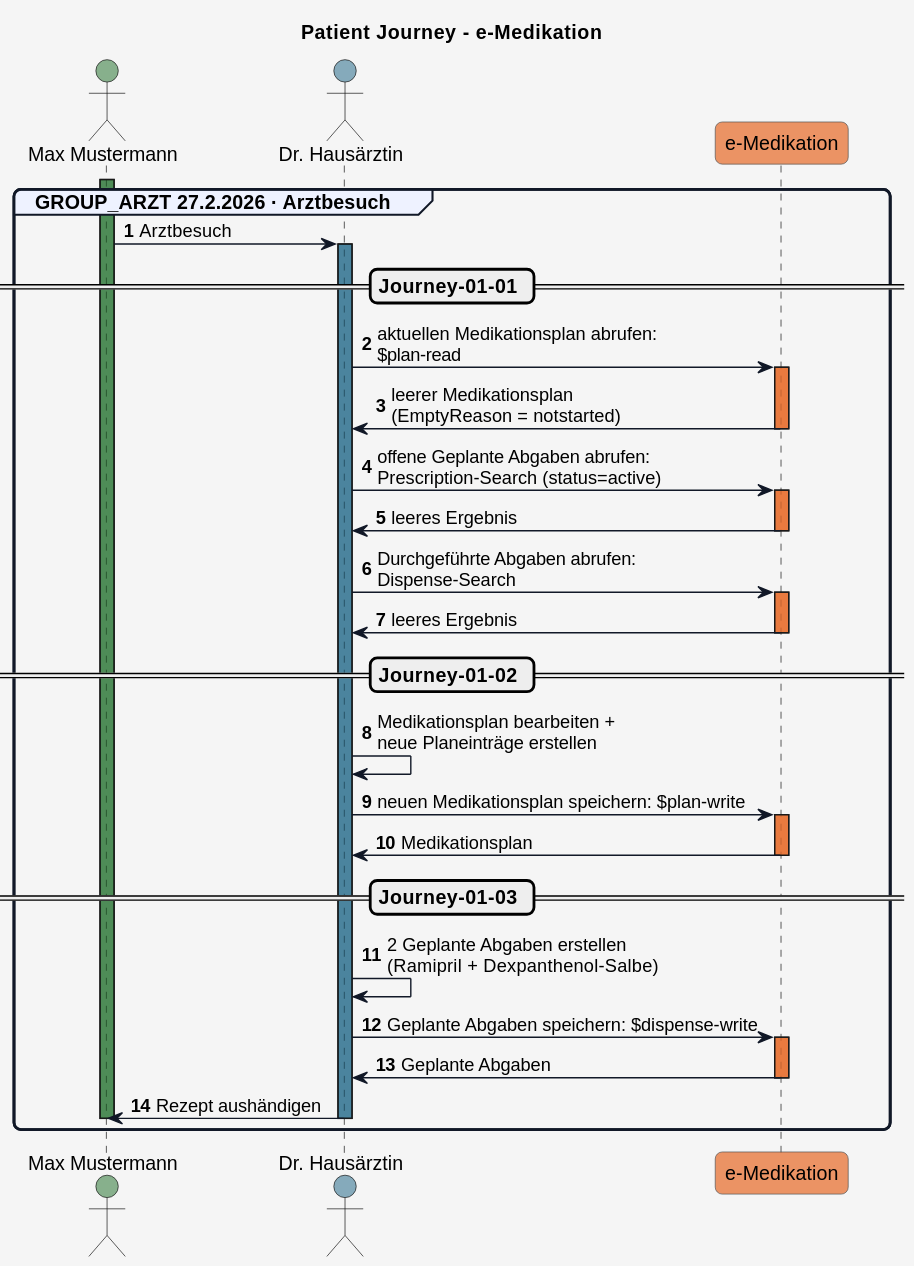
Before: r4-ELGA-e-Medikation-main/plantuml/patient_journey_01.svg, a diagram exported from PlantUML (HL7Austria/hl7austria.github.io).
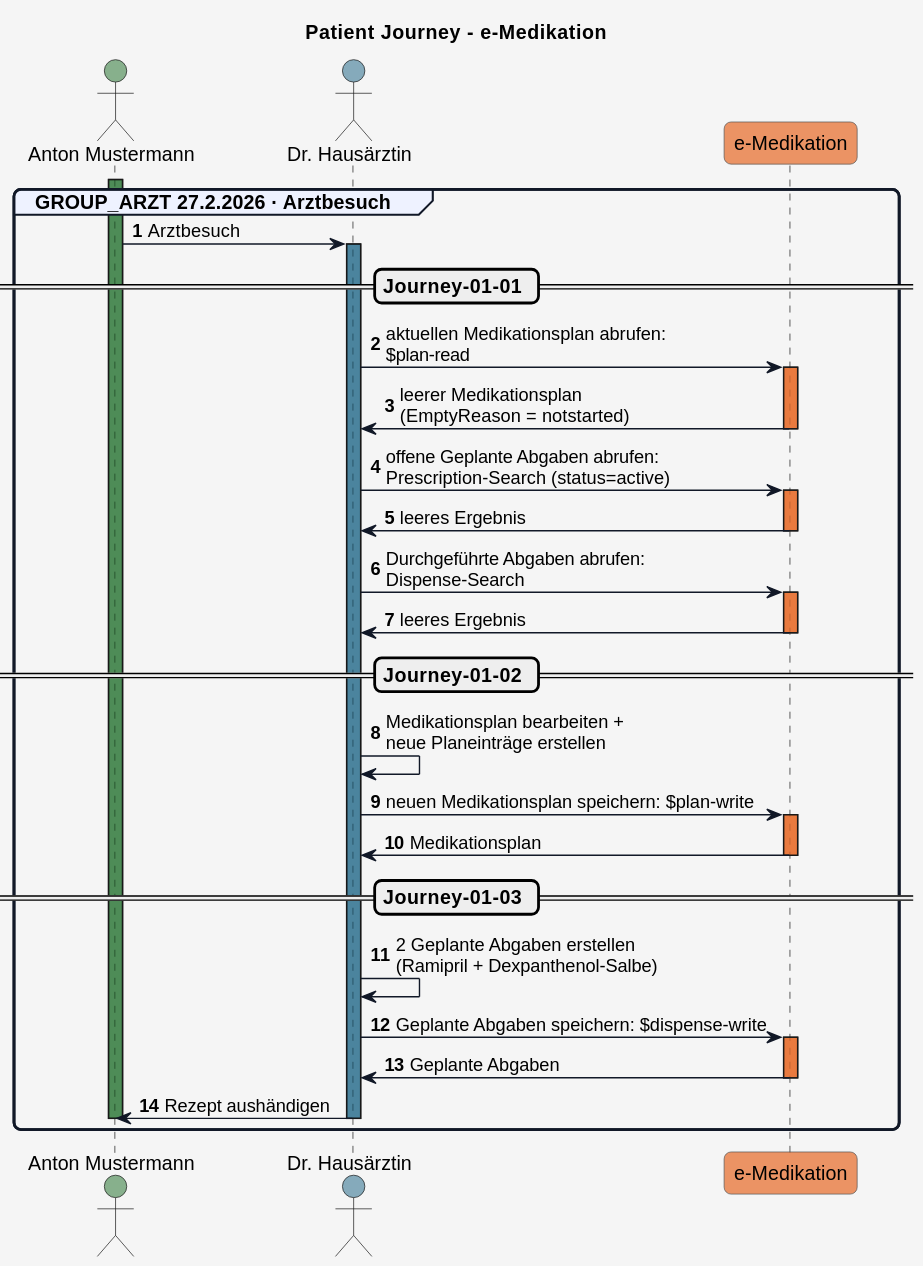
The same diagram one commit later.

Change to the diagram source:
```diff
@@ -50,8 +50,8 @@
 !define COLOR_ERROR    #E9713235
 
 
-actor Patient as "Max Mustermann" COLOR_PATIENT
-actor Arzt_1 as "Dr. Hausärztin" COLOR_GDA_1
+actor Patient as "Anton Mustermann" COLOR_PATIENT
+actor Arzt_2 as "Dr. Hausärztin" COLOR_GDA_1
 participant eMed_FA as "e-Medikation" COLOR_EMED_FA
 
 
@@ -61,41 +61,41 @@
 group GROUP_ARZT 27.2.2026 · Arztbesuch
 
   activate Patient COLOR_PATIENT
-  Patient -> Arzt_1: Arztbesuch
-  activate Arzt_1 COLOR_GDA_1
+  Patient -> Arzt_2: Arztbesuch
+  activate Arzt_2 COLOR_GDA_1
 
   == Journey-01-01 ==
 
-  Arzt_1 -> eMed_FA: aktuellen Medikationsplan abrufen:\n$plan-read
+  Arzt_2 -> eMed_FA: aktuellen Medikationsplan abrufen:\n$plan-read
   activate eMed_FA COLOR_EMED_FA
-  eMed_FA -> Arzt_1: leerer Medikationsplan\n(EmptyReason = notstarted)
+  eMed_FA -> Arzt_2: leerer Medikationsplan\n(EmptyReason = notstarted)
   deactivate eMed_FA
-  Arzt_1 -> eMed_FA: offene Geplante Abgaben abrufen:\nPrescription-Search (status=active)
+  Arzt_2 -> eMed_FA: offene Geplante Abgaben abrufen:\nPrescription-Search (status=active)
   activate eMed_FA COLOR_EMED_FA
-  eMed_FA -> Arzt_1: leeres Ergebnis
+  eMed_FA -> Arzt_2: leeres Ergebnis
   deactivate eMed_FA
-  Arzt_1 -> eMed_FA: Durchgeführte Abgaben abrufen:\nDispense-Search
+  Arzt_2 -> eMed_FA: Durchgeführte Abgaben abrufen:\nDispense-Search
   activate eMed_FA COLOR_EMED_FA
-  eMed_FA -> Arzt_1: leeres Ergebnis
+  eMed_FA -> Arzt_2: leeres Ergebnis
   deactivate eMed_FA
 
   == Journey-01-02 ==
 
-  Arzt_1 -> Arzt_1: Medikationsplan bearbeiten +\nneue Planeinträge erstellen
-  Arzt_1 -> eMed_FA: neuen Medikationsplan speichern: $plan-write
+  Arzt_2 -> Arzt_2: Medikationsplan bearbeiten +\nneue Planeinträge erstellen
+  Arzt_2 -> eMed_FA: neuen Medikationsplan speichern: $plan-write
   activate eMed_FA COLOR_EMED_FA
-  eMed_FA -> Arzt_1: Medikationsplan
+  eMed_FA -> Arzt_2: Medikationsplan
   deactivate eMed_FA
 
   == Journey-01-03 ==
 
-  Arzt_1 -> Arzt_1: 2 Geplante Abgaben erstellen\n(Rampipril + Dexpanthenol-Salbe)
-  Arzt_1 -> eMed_FA: Geplante Abgaben speichern: $dispense-write
+  Arzt_2 -> Arzt_2: 2 Geplante Abgaben erstellen\n(Ramipril + Dexpanthenol-Salbe)
+  Arzt_2 -> eMed_FA: Geplante Abgaben speichern: $dispense-write
   activate eMed_FA COLOR_EMED_FA
-  eMed_FA -> Arzt_1: Geplante Abgaben
+  eMed_FA -> Arzt_2: Geplante Abgaben
   deactivate eMed_FA
-  Arzt_1 -> Patient: Rezept aushändigen
-  deactivate Arzt_1
+  Arzt_2 -> Patient: Rezept aushändigen
+  deactivate Arzt_2
   deactivate Patient
 
 end
```
